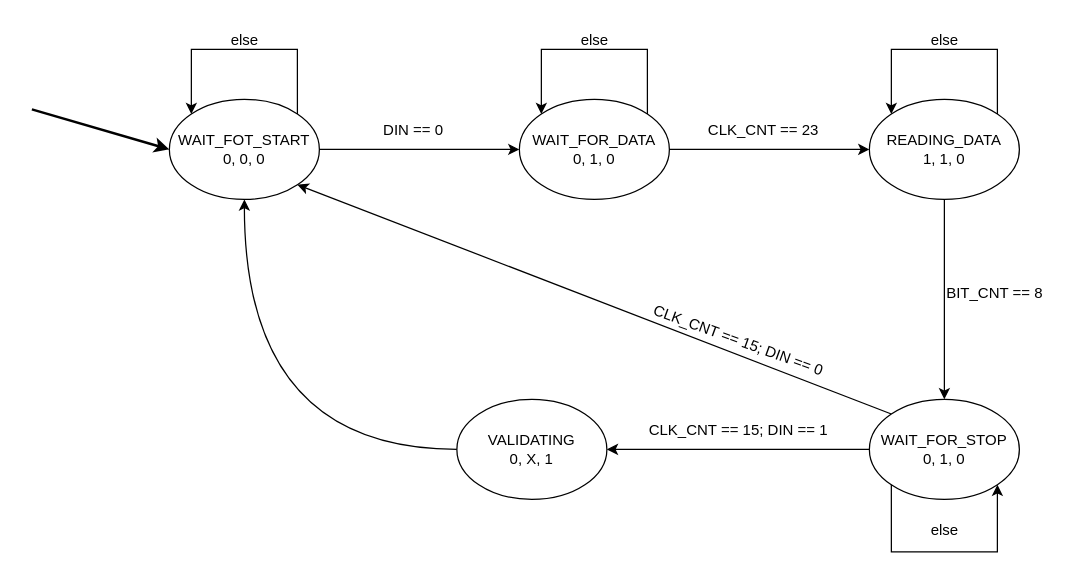
The draw.io diagram INC_FSM.drawio in ArturSultanov/inc_project, before the edit. Source tidied: cells renumbered, new cells numbered last; positions are measured from the earlier drawing's top-left corner, leaving out a move shared by most shapes. Both pictures are drawn from the tidied source at 125%, with x=0, y=0 at pixel (31, 21).
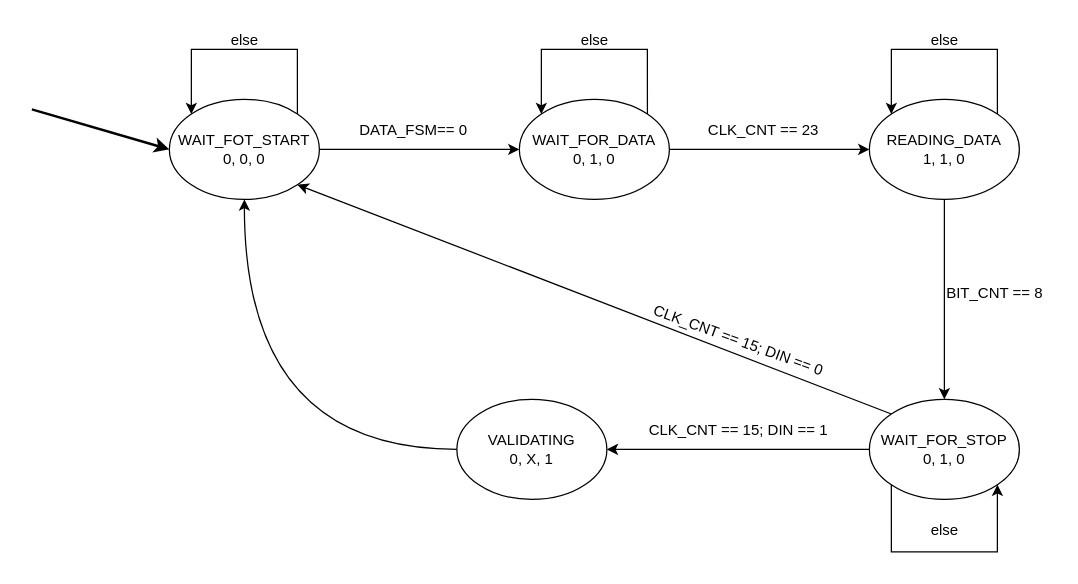
Above is the later version.

Diff of the diagram source:
```diff
@@
-    <mxCell id="22" value="DIN == 0" style="text;html=1;align=center;verticalAlign=middle;strokeColor=none;fillColor=none;" parent="1" vertex="1">
-      <mxGeometry x="270" y="72" width="70" height="30" as="geometry" />
+    <mxCell id="22" value="DATA_FSM== 0" style="text;html=1;align=center;verticalAlign=middle;strokeColor=none;fillColor=none;" parent="1" vertex="1">
+      <mxGeometry x="250" y="72" width="110" height="30" as="geometry" />
     </mxCell>
```
